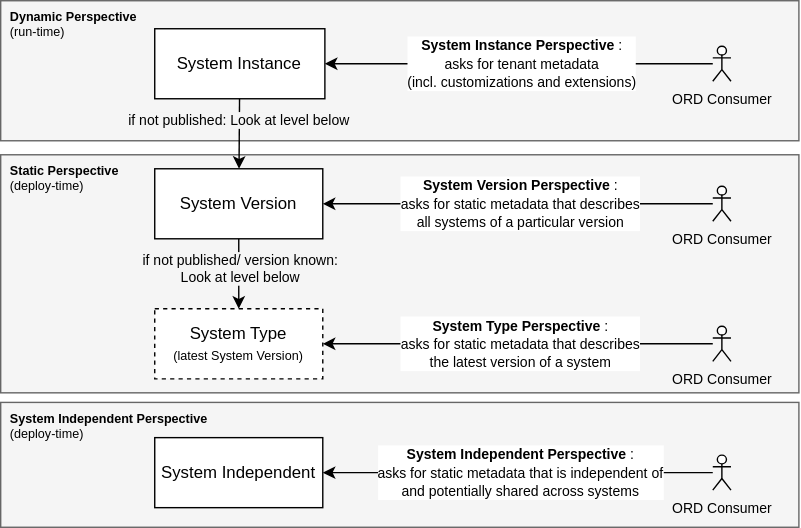
Earlier version of the draw.io export specification/pr-49/img/ord-explicit-system-perspectives.drawio.svg (open-resource-discovery/pr-preview). Source tidied: cells renumbered, new cells last; positions are measured from the earlier drawing's top-left corner, leaving out a move shared by most shapes. Its diagram source:
```xml
<mxGraphModel>
  <root>
    <mxCell id="0" />
    <mxCell id="1" parent="0" />
    <mxCell id="2" value="&lt;b&gt;&lt;span style=&quot;color: rgb(0, 0, 0);&quot;&gt;Static Perspective&lt;/span&gt;&lt;br style=&quot;border-color: var(--border-color); color: rgb(0, 0, 0);&quot;&gt;&lt;/b&gt;&lt;div style=&quot;&quot;&gt;&lt;span style=&quot;color: rgb(0, 0, 0); background-color: initial;&quot;&gt;(deploy-time)&lt;/span&gt;&lt;/div&gt;" style="rounded=0;whiteSpace=wrap;html=1;fontSize=9;fillColor=#f5f5f5;fontColor=#333333;strokeColor=#666666;verticalAlign=top;align=left;spacingLeft=5;" parent="1" vertex="1">
      <mxGeometry y="110" width="570" height="170" as="geometry" />
    </mxCell>
    <mxCell id="3" value="&lt;b&gt;&lt;span style=&quot;color: rgb(0, 0, 0);&quot;&gt;Dynamic Perspective&lt;/span&gt;&lt;br style=&quot;border-color: var(--border-color); color: rgb(0, 0, 0);&quot;&gt;&lt;/b&gt;&lt;div style=&quot;&quot;&gt;&lt;span style=&quot;color: rgb(0, 0, 0); background-color: initial;&quot;&gt;(run-time)&lt;/span&gt;&lt;/div&gt;" style="rounded=0;whiteSpace=wrap;html=1;fontSize=9;fillColor=#f5f5f5;fontColor=#333333;strokeColor=#666666;verticalAlign=top;align=left;spacingLeft=5;" parent="1" vertex="1">
      <mxGeometry width="570" height="100" as="geometry" />
    </mxCell>
    <mxCell id="4" style="edgeStyle=none;html=1;fontSize=9;" parent="1" edge="1" source="6" target="10">
      <mxGeometry relative="1" as="geometry" />
    </mxCell>
    <mxCell id="5" value="&lt;span style=&quot;font-size: 10px; text-align: left;&quot;&gt;if not published:&amp;nbsp;&lt;/span&gt;&lt;span style=&quot;font-size: 10px; text-align: left;&quot;&gt;Look at level below&lt;/span&gt;" style="edgeLabel;html=1;align=center;verticalAlign=middle;fontSize=9;labelBackgroundColor=light-dark(#f5f5f5, #ededed);" parent="4" vertex="1">
      <mxGeometry x="-0.43" y="-1" relative="1" as="geometry" />
    </mxCell>
    <mxCell id="6" value="System Instance" style="rounded=0;whiteSpace=wrap;html=1;" parent="1" vertex="1">
      <mxGeometry x="110" y="20" width="121.5" height="50" as="geometry" />
    </mxCell>
    <mxCell id="7" value="System Type&lt;br&gt;&lt;font style=&quot;font-size: 9px;&quot;&gt;(latest System Version)&lt;/font&gt;" style="rounded=0;whiteSpace=wrap;html=1;dashed=1;" parent="1" vertex="1">
      <mxGeometry x="110" y="220" width="120" height="50" as="geometry" />
    </mxCell>
    <mxCell id="8" style="edgeStyle=none;html=1;fontSize=9;" parent="1" edge="1" source="10" target="7">
      <mxGeometry relative="1" as="geometry" />
    </mxCell>
    <mxCell id="9" value="&lt;span style=&quot;font-size: 10px; text-align: left;&quot;&gt;if not published/ version known:&lt;/span&gt;&lt;br style=&quot;border-color: var(--border-color); font-size: 10px; text-align: left;&quot;&gt;&lt;span style=&quot;font-size: 10px; text-align: left;&quot;&gt;Look at level below&lt;/span&gt;" style="edgeLabel;html=1;align=center;verticalAlign=middle;fontSize=9;labelBackgroundColor=light-dark(#f5f5f5, #ededed);" parent="8" vertex="1">
      <mxGeometry x="-0.49" relative="1" as="geometry">
        <mxPoint x="1" y="8" as="offset" />
      </mxGeometry>
    </mxCell>
    <mxCell id="10" value="System Version" style="rounded=0;whiteSpace=wrap;html=1;" parent="1" vertex="1">
      <mxGeometry x="110" y="120" width="120" height="50" as="geometry" />
    </mxCell>
    <mxCell id="11" style="edgeStyle=none;html=1;startArrow=none;" parent="1" edge="1" source="21" target="6">
      <mxGeometry relative="1" as="geometry" />
    </mxCell>
    <mxCell id="12" value="&lt;span style=&quot;font-size: 10px;&quot;&gt;&lt;b&gt;System Instance Perspective&lt;/b&gt;:&lt;/span&gt;&lt;br style=&quot;border-color: var(--border-color); font-size: 10px;&quot;&gt;&lt;span style=&quot;font-size: 10px;&quot;&gt;asks for tenant metadata&lt;/span&gt;&lt;br style=&quot;border-color: var(--border-color); font-size: 10px;&quot;&gt;&lt;span style=&quot;font-size: 10px;&quot;&gt;(incl. customizations and extensions)&lt;/span&gt;" style="edgeLabel;html=1;align=center;verticalAlign=middle;" parent="11" vertex="1">
      <mxGeometry x="0.26" y="2" relative="1" as="geometry">
        <mxPoint x="38" y="-2" as="offset" />
      </mxGeometry>
    </mxCell>
    <mxCell id="13" style="edgeStyle=none;html=1;startArrow=none;" parent="1" edge="1" source="19">
      <mxGeometry relative="1" as="geometry">
        <mxPoint x="230" y="145" as="targetPoint" />
      </mxGeometry>
    </mxCell>
    <mxCell id="14" value="&lt;span style=&quot;font-size: 10px;&quot;&gt;&lt;b&gt;System Version Perspective&lt;/b&gt;:&lt;/span&gt;&lt;br style=&quot;border-color: var(--border-color); font-size: 10px;&quot;&gt;&lt;span style=&quot;font-size: 10px;&quot;&gt;asks for static metadata that describes &lt;br&gt;all systems of a particular version&lt;/span&gt;" style="edgeLabel;html=1;align=center;verticalAlign=middle;" parent="13" vertex="1">
      <mxGeometry x="0.26" y="2" relative="1" as="geometry">
        <mxPoint x="38" y="-2" as="offset" />
      </mxGeometry>
    </mxCell>
    <mxCell id="15" style="edgeStyle=none;html=1;" parent="1" edge="1" source="17" target="7">
      <mxGeometry relative="1" as="geometry" />
    </mxCell>
    <mxCell id="16" value="&lt;span style=&quot;font-size: 10px;&quot;&gt;&lt;b&gt;System Type Perspective&lt;/b&gt;:&lt;/span&gt;&lt;br style=&quot;border-color: var(--border-color); font-size: 10px;&quot;&gt;&lt;span style=&quot;font-size: 10px;&quot;&gt;asks for static metadata that describes &lt;br&gt;the latest version of a system&lt;br&gt;&lt;/span&gt;" style="edgeLabel;html=1;align=center;verticalAlign=middle;" parent="15" vertex="1">
      <mxGeometry x="0.26" y="2" relative="1" as="geometry">
        <mxPoint x="38" y="-2" as="offset" />
      </mxGeometry>
    </mxCell>
    <mxCell id="17" value="ORD Consumer" style="shape=umlActor;verticalLabelPosition=bottom;verticalAlign=top;html=1;outlineConnect=0;fontSize=10;" parent="1" vertex="1">
      <mxGeometry x="508.5" y="232.5" width="13" height="25" as="geometry" />
    </mxCell>
    <mxCell id="18" style="edgeStyle=none;html=1;endArrow=none;" parent="1" edge="1" target="19">
      <mxGeometry relative="1" as="geometry">
        <mxPoint x="508.5" y="145" as="sourcePoint" />
      </mxGeometry>
    </mxCell>
    <mxCell id="19" value="ORD Consumer" style="shape=umlActor;verticalLabelPosition=bottom;verticalAlign=top;html=1;outlineConnect=0;fontSize=10;" parent="1" vertex="1">
      <mxGeometry x="508.5" y="132.5" width="13" height="25" as="geometry" />
    </mxCell>
    <mxCell id="20" style="edgeStyle=none;html=1;endArrow=none;" parent="1" edge="1" target="21">
      <mxGeometry relative="1" as="geometry">
        <mxPoint x="508.5" y="45" as="sourcePoint" />
      </mxGeometry>
    </mxCell>
    <mxCell id="21" value="ORD Consumer" style="shape=umlActor;verticalLabelPosition=bottom;verticalAlign=top;html=1;outlineConnect=0;fontSize=10;" parent="1" vertex="1">
      <mxGeometry x="508.5" y="32.5" width="13" height="25" as="geometry" />
    </mxCell>
    <mxCell id="22" value="&lt;b&gt;&lt;span style=&quot;color: rgb(0, 0, 0);&quot;&gt;System Independent Perspective&lt;/span&gt;&lt;br style=&quot;border-color: var(--border-color); color: rgb(0, 0, 0);&quot;&gt;&lt;/b&gt;&lt;div style=&quot;&quot;&gt;&lt;span style=&quot;color: rgb(0, 0, 0); background-color: initial;&quot;&gt;(deploy-time)&lt;/span&gt;&lt;/div&gt;" style="rounded=0;whiteSpace=wrap;html=1;fontSize=9;fillColor=#f5f5f5;fontColor=#333333;strokeColor=#666666;verticalAlign=top;align=left;spacingLeft=5;" parent="1" vertex="1">
      <mxGeometry y="286.8" width="570" height="89.2" as="geometry" />
    </mxCell>
    <mxCell id="23" value="System Independent" style="rounded=0;whiteSpace=wrap;html=1;" parent="1" vertex="1">
      <mxGeometry x="110" y="312" width="120" height="50" as="geometry" />
    </mxCell>
    <mxCell id="24" style="edgeStyle=none;html=1;startArrow=none;" parent="1" edge="1" source="27">
      <mxGeometry relative="1" as="geometry">
        <mxPoint x="230" y="337" as="targetPoint" />
      </mxGeometry>
    </mxCell>
    <mxCell id="25" value="&lt;span style=&quot;font-size: 10px;&quot;&gt;&lt;b&gt;System Independent Perspective&lt;/b&gt;:&lt;/span&gt;&lt;br style=&quot;border-color: var(--border-color); font-size: 10px;&quot;&gt;&lt;span style=&quot;font-size: 10px;&quot;&gt;asks for static metadata that is independent of&amp;nbsp;&lt;br&gt;and potentially shared across systems&lt;/span&gt;" style="edgeLabel;html=1;align=center;verticalAlign=middle;" parent="24" vertex="1">
      <mxGeometry x="0.26" y="2" relative="1" as="geometry">
        <mxPoint x="38" y="-2" as="offset" />
      </mxGeometry>
    </mxCell>
    <mxCell id="26" style="edgeStyle=none;html=1;endArrow=none;" parent="1" edge="1" target="27">
      <mxGeometry relative="1" as="geometry">
        <mxPoint x="508.5" y="337" as="sourcePoint" />
      </mxGeometry>
    </mxCell>
    <mxCell id="27" value="ORD Consumer" style="shape=umlActor;verticalLabelPosition=bottom;verticalAlign=top;html=1;outlineConnect=0;fontSize=10;" parent="1" vertex="1">
      <mxGeometry x="508.5" y="324.5" width="13" height="25" as="geometry" />
    </mxCell>
  </root>
</mxGraphModel>
```
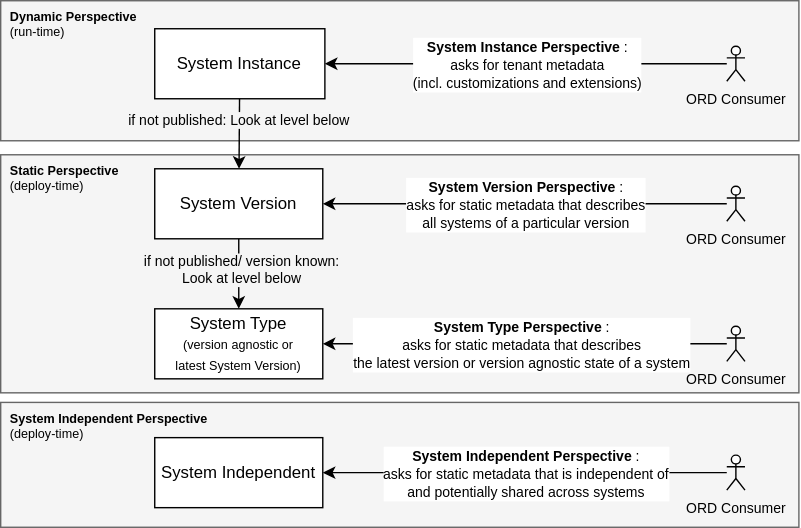
The same file after the commit.

Diff of the diagram source:
```diff
@@ -17,7 +17,7 @@
     <mxCell id="6" value="System Instance" style="rounded=0;whiteSpace=wrap;html=1;" parent="1" vertex="1">
       <mxGeometry x="110" y="20" width="121.5" height="50" as="geometry" />
     </mxCell>
-    <mxCell id="7" value="System Type&lt;br&gt;&lt;font style=&quot;font-size: 9px;&quot;&gt;(latest System Version)&lt;/font&gt;" style="rounded=0;whiteSpace=wrap;html=1;dashed=1;" parent="1" vertex="1">
+    <mxCell id="7" value="System Type&lt;br&gt;&lt;font style=&quot;font-size: 9px;&quot;&gt;(version agnostic or &lt;br&gt;latest System Version)&lt;/font&gt;" style="rounded=0;whiteSpace=wrap;html=1;strokeColor=default;" parent="1" vertex="1">
       <mxGeometry x="110" y="220" width="120" height="50" as="geometry" />
     </mxCell>
     <mxCell id="8" style="edgeStyle=none;html=1;fontSize=9;" parent="1" edge="1" source="10" target="7">
@@ -52,29 +52,29 @@
     <mxCell id="15" style="edgeStyle=none;html=1;" parent="1" edge="1" source="17" target="7">
       <mxGeometry relative="1" as="geometry" />
     </mxCell>
-    <mxCell id="16" value="&lt;span style=&quot;font-size: 10px;&quot;&gt;&lt;b&gt;System Type Perspective&lt;/b&gt;:&lt;/span&gt;&lt;br style=&quot;border-color: var(--border-color); font-size: 10px;&quot;&gt;&lt;span style=&quot;font-size: 10px;&quot;&gt;asks for static metadata that describes &lt;br&gt;the latest version of a system&lt;br&gt;&lt;/span&gt;" style="edgeLabel;html=1;align=center;verticalAlign=middle;" parent="15" vertex="1">
+    <mxCell id="16" value="&lt;span style=&quot;font-size: 10px;&quot;&gt;&lt;b&gt;System Type Perspective&lt;/b&gt;:&lt;/span&gt;&lt;br style=&quot;border-color: var(--border-color); font-size: 10px;&quot;&gt;&lt;span style=&quot;font-size: 10px;&quot;&gt;asks for static metadata that describes &lt;br&gt;the latest version or version agnostic state of a system&lt;br&gt;&lt;/span&gt;" style="edgeLabel;html=1;align=center;verticalAlign=middle;" parent="15" vertex="1">
       <mxGeometry x="0.26" y="2" relative="1" as="geometry">
-        <mxPoint x="38" y="-2" as="offset" />
+        <mxPoint x="35" y="-2" as="offset" />
       </mxGeometry>
     </mxCell>
     <mxCell id="17" value="ORD Consumer" style="shape=umlActor;verticalLabelPosition=bottom;verticalAlign=top;html=1;outlineConnect=0;fontSize=10;" parent="1" vertex="1">
-      <mxGeometry x="508.5" y="232.5" width="13" height="25" as="geometry" />
+      <mxGeometry x="518.5" y="232.5" width="13" height="25" as="geometry" />
     </mxCell>
     <mxCell id="18" style="edgeStyle=none;html=1;endArrow=none;" parent="1" edge="1" target="19">
       <mxGeometry relative="1" as="geometry">
-        <mxPoint x="508.5" y="145" as="sourcePoint" />
+        <mxPoint x="518.5" y="145" as="sourcePoint" />
       </mxGeometry>
     </mxCell>
     <mxCell id="19" value="ORD Consumer" style="shape=umlActor;verticalLabelPosition=bottom;verticalAlign=top;html=1;outlineConnect=0;fontSize=10;" parent="1" vertex="1">
-      <mxGeometry x="508.5" y="132.5" width="13" height="25" as="geometry" />
+      <mxGeometry x="518.5" y="132.5" width="13" height="25" as="geometry" />
     </mxCell>
     <mxCell id="20" style="edgeStyle=none;html=1;endArrow=none;" parent="1" edge="1" target="21">
       <mxGeometry relative="1" as="geometry">
-        <mxPoint x="508.5" y="45" as="sourcePoint" />
+        <mxPoint x="518.5" y="45" as="sourcePoint" />
       </mxGeometry>
     </mxCell>
     <mxCell id="21" value="ORD Consumer" style="shape=umlActor;verticalLabelPosition=bottom;verticalAlign=top;html=1;outlineConnect=0;fontSize=10;" parent="1" vertex="1">
-      <mxGeometry x="508.5" y="32.5" width="13" height="25" as="geometry" />
+      <mxGeometry x="518.5" y="32.5" width="13" height="25" as="geometry" />
     </mxCell>
     <mxCell id="22" value="&lt;b&gt;&lt;span style=&quot;color: rgb(0, 0, 0);&quot;&gt;System Independent Perspective&lt;/span&gt;&lt;br style=&quot;border-color: var(--border-color); color: rgb(0, 0, 0);&quot;&gt;&lt;/b&gt;&lt;div style=&quot;&quot;&gt;&lt;span style=&quot;color: rgb(0, 0, 0); background-color: initial;&quot;&gt;(deploy-time)&lt;/span&gt;&lt;/div&gt;" style="rounded=0;whiteSpace=wrap;html=1;fontSize=9;fillColor=#f5f5f5;fontColor=#333333;strokeColor=#666666;verticalAlign=top;align=left;spacingLeft=5;" parent="1" vertex="1">
       <mxGeometry y="286.8" width="570" height="89.2" as="geometry" />
@@ -94,11 +94,11 @@
     </mxCell>
     <mxCell id="26" style="edgeStyle=none;html=1;endArrow=none;" parent="1" edge="1" target="27">
       <mxGeometry relative="1" as="geometry">
-        <mxPoint x="508.5" y="337" as="sourcePoint" />
+        <mxPoint x="518.5" y="337" as="sourcePoint" />
       </mxGeometry>
     </mxCell>
     <mxCell id="27" value="ORD Consumer" style="shape=umlActor;verticalLabelPosition=bottom;verticalAlign=top;html=1;outlineConnect=0;fontSize=10;" parent="1" vertex="1">
-      <mxGeometry x="508.5" y="324.5" width="13" height="25" as="geometry" />
+      <mxGeometry x="518.5" y="324.5" width="13" height="25" as="geometry" />
     </mxCell>
   </root>
 </mxGraphModel>
```
